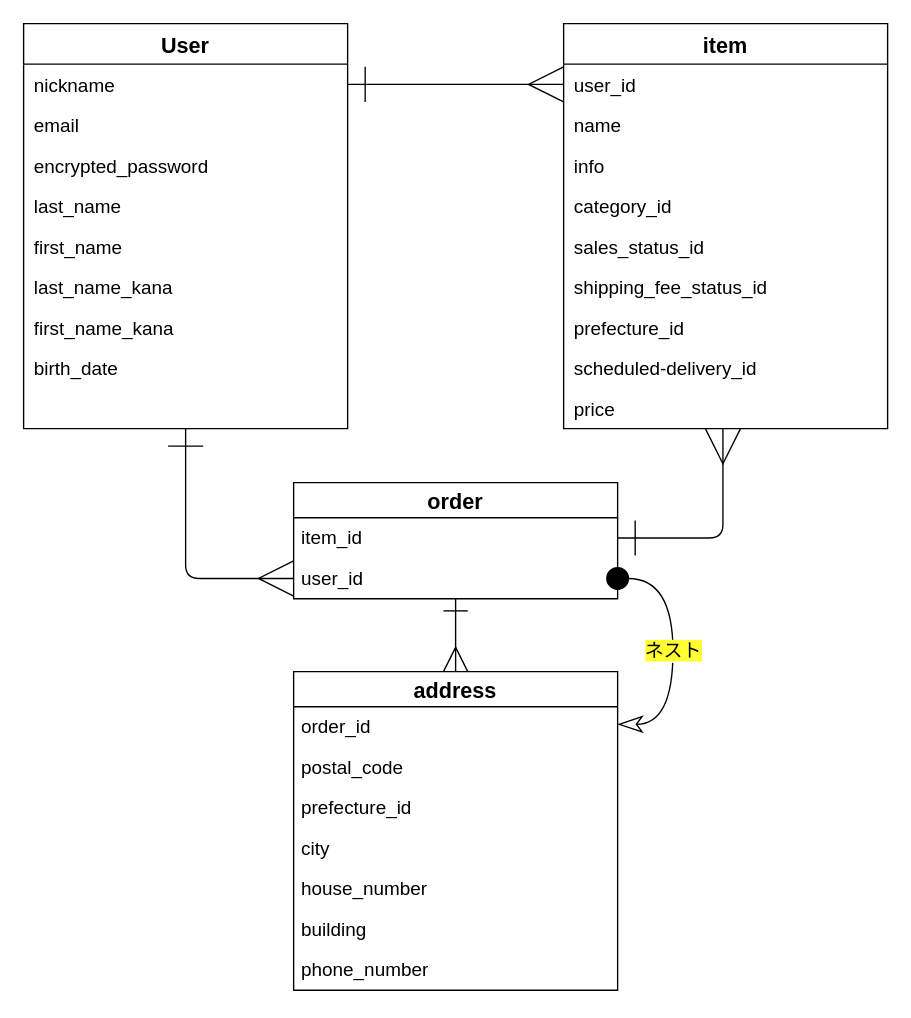
Before: furima.dio in miyazawa220618/furima-38168, a draw.io diagram. Source tidied: cells renumbered, new cells numbered last; positions are measured from the earlier drawing's top-left corner, leaving out a move shared by most shapes. Both pictures are drawn from the tidied source at 135%, with x=0, y=0 at pixel (23, 23).
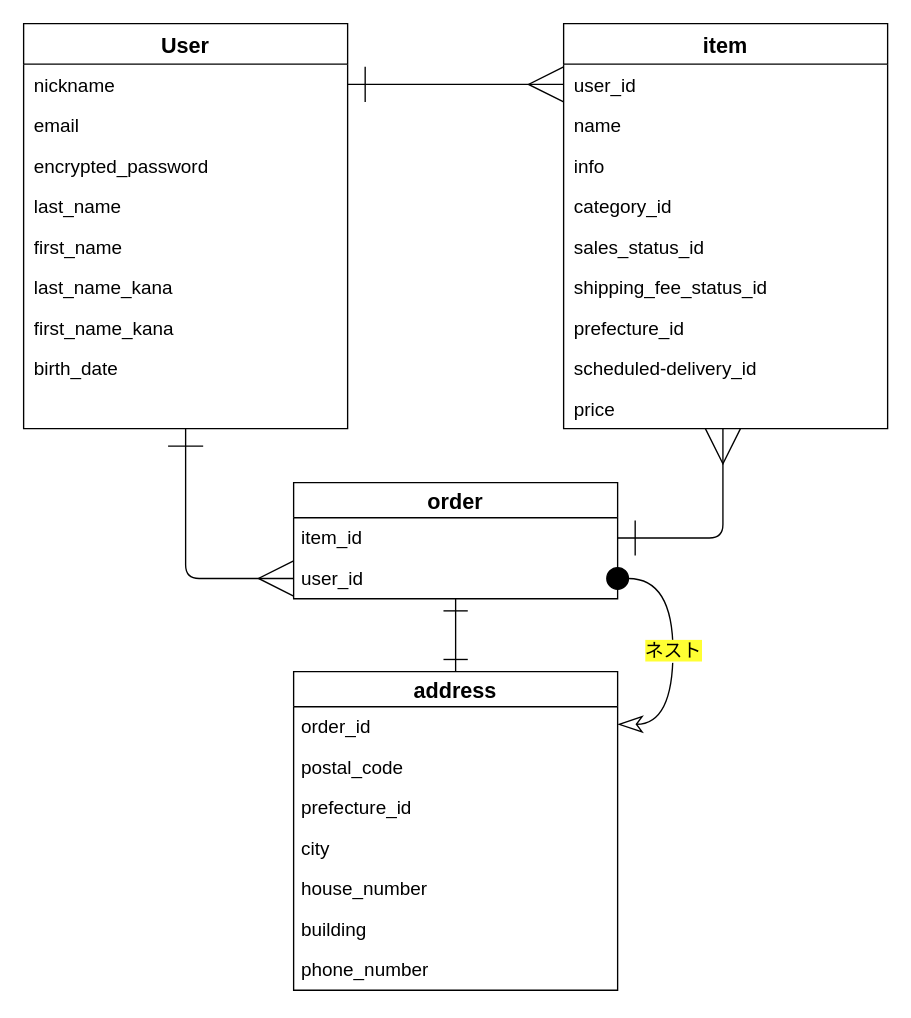
The same page after the edit.

Commit message (it also covers changes not shown here):
ER図/README作成［再々修正］

1対1の場合は、親テーブルは「has_one」を使う必要がある

The change refers to these unchanged cells:
```xml
<mxCell id="40" value="order" style="swimlane;fontStyle=1;horizontal=1;startSize=26;align=center;fontSize=16;" parent="1" vertex="1">
  <mxGeometry x="200" y="340" width="240" height="86" as="geometry" />
</mxCell>
<mxCell id="45" value="address" style="swimlane;fontStyle=1;horizontal=1;startSize=26;align=center;fontSize=16;" parent="1" vertex="1">
  <mxGeometry x="200" y="480" width="240" height="236" as="geometry" />
</mxCell>
```

Change to the diagram source:
```diff
@@
-    <mxCell id="39" style="edgeStyle=none;html=1;exitX=0.5;exitY=1;exitDx=0;exitDy=0;entryX=0.5;entryY=0;entryDx=0;entryDy=0;startArrow=ERone;startFill=0;endArrow=ERmany;endFill=0;endSize=16;startSize=16;" parent="1" edge="1" source="40" target="45">
+    <mxCell id="39" style="edgeStyle=none;html=1;exitX=0.5;exitY=1;exitDx=0;exitDy=0;entryX=0.5;entryY=0;entryDx=0;entryDy=0;startArrow=ERone;startFill=0;endArrow=ERone;endFill=0;endSize=16;startSize=16;" parent="1" edge="1" source="40" target="45">
       <mxGeometry relative="1" as="geometry" />
     </mxCell>
```
